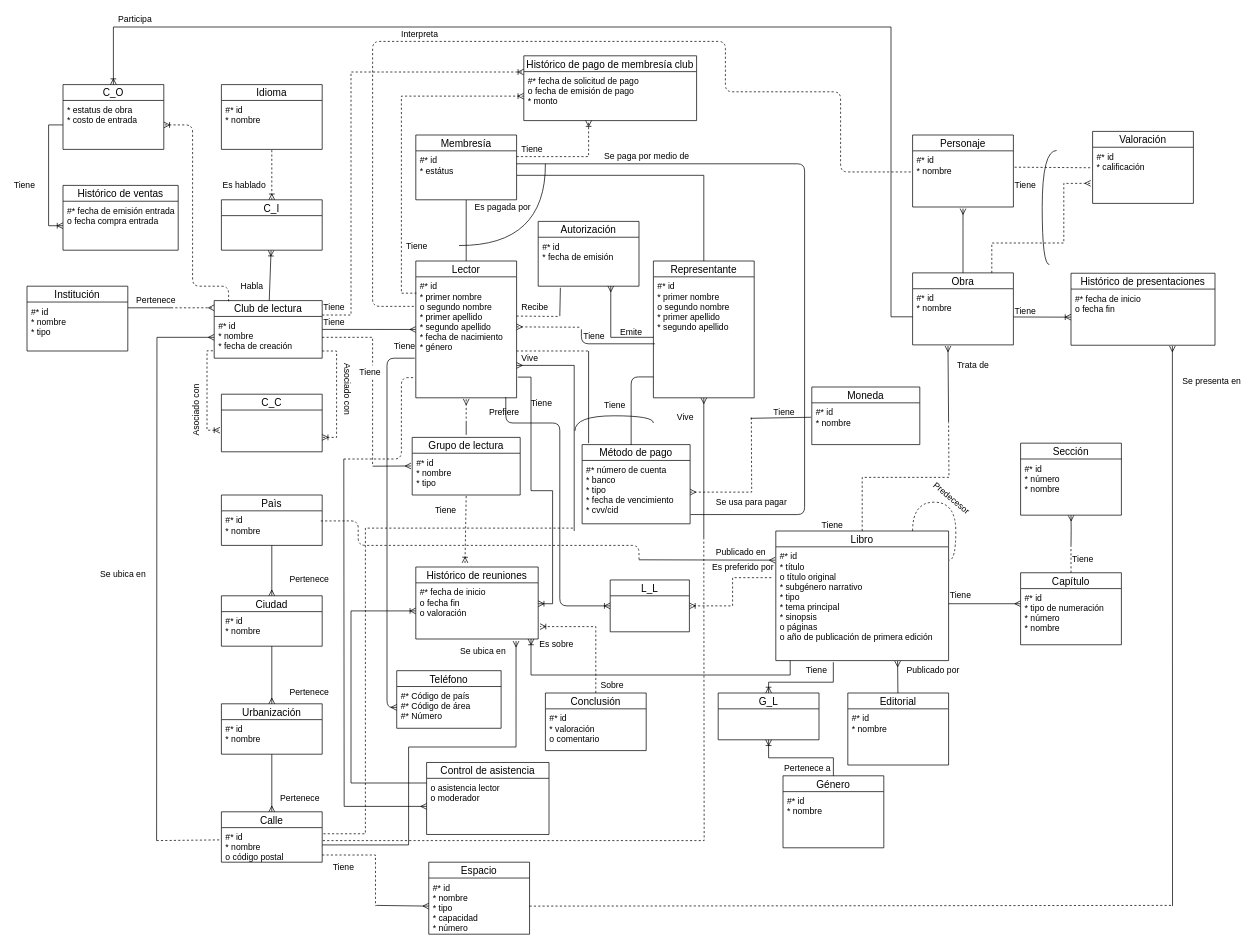
The draw.io diagram DB I/Hopefully this will be the last ER.drawio in NeutronBlast/IS-Ex, before the edit. Source tidied: cells renumbered, new cells numbered last; positions are measured from the earlier drawing's top-left corner, leaving out a move shared by most shapes. Both pictures are drawn from the tidied source at 72%, with x=0, y=0 at pixel (12, 12).
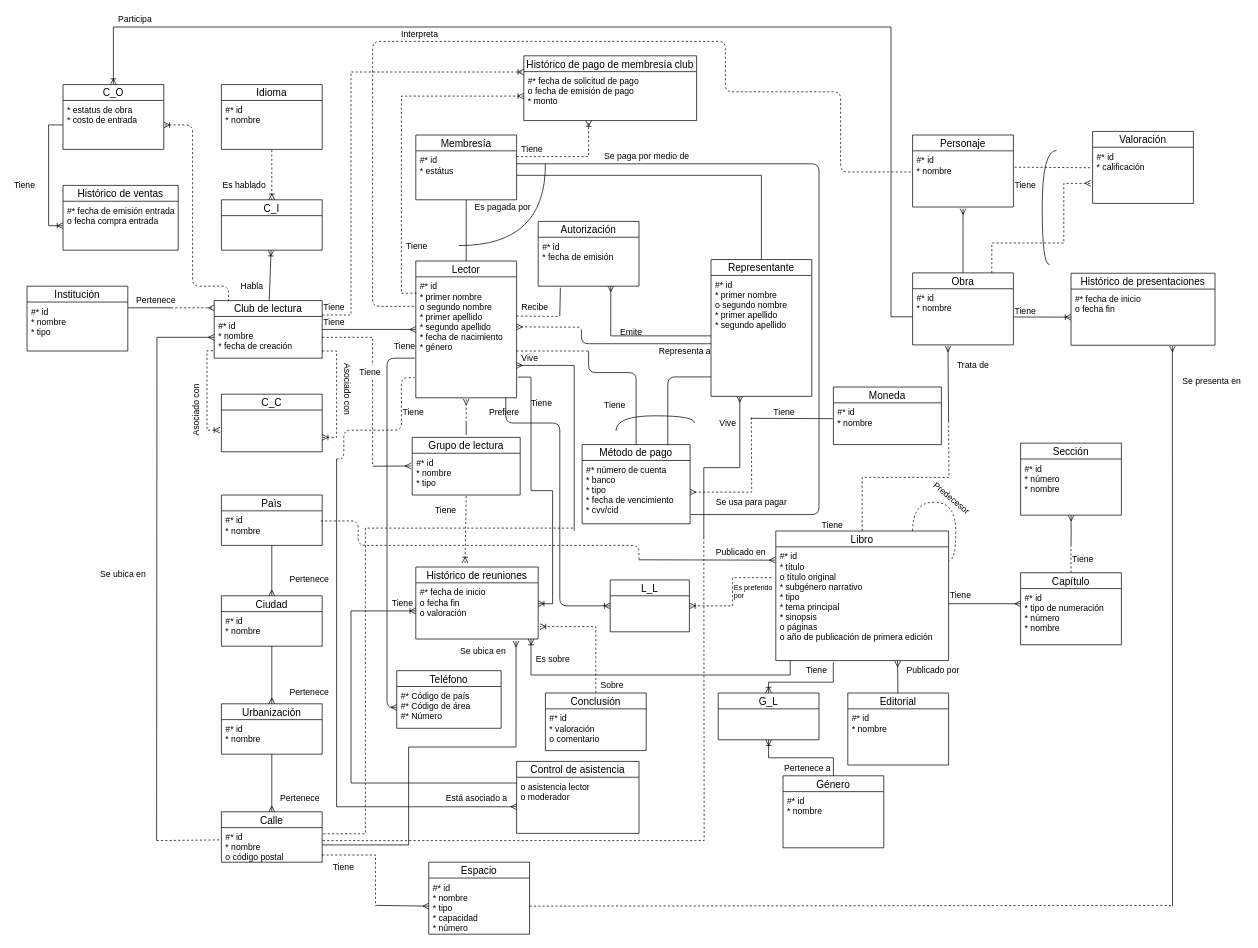
The same diagram, later.

Unchanged cells that the change refers to:
```xml
<mxCell id="41" value="#* id&#10;* primer nombre&#10;o segundo nombre&#10;* primer apellido&#10;* segundo apellido&#10;" style="text;strokeColor=none;fillColor=none;spacingLeft=4;spacingRight=4;overflow=hidden;points=[[0,0.5],[1,0.5]];portConstraint=eastwest;fontSize=12;" parent="40" vertex="1">
  <mxGeometry y="22" width="140" height="168" as="geometry" />
</mxCell>
<mxCell id="81" value="Método de pago" style="swimlane;fontStyle=0;horizontal=1;startSize=22;fillColor=none;swimlaneFillColor=#ffffff;align=center;fontSize=14;" parent="1" vertex="1">
  <mxGeometry x="791" y="600" width="150" height="110" as="geometry" />
</mxCell>
<mxCell id="83" value="#* número de cuenta&#10;* banco&#10;* tipo&#10;* fecha de vencimiento&#10;* cvv/cid&#10;" style="text;strokeColor=none;fillColor=none;spacingLeft=4;spacingRight=4;overflow=hidden;points=[[0,0.5],[1,0.5]];portConstraint=eastwest;fontSize=12;" parent="81" vertex="1">
  <mxGeometry y="22" width="150" height="88" as="geometry" />
</mxCell>
<mxCell id="146" value="#* id&#10;* nombre&#10;" style="text;strokeColor=none;fillColor=none;spacingLeft=4;spacingRight=4;overflow=hidden;points=[[0,0.5],[1,0.5]];portConstraint=eastwest;fontSize=12;" parent="145" vertex="1">
  <mxGeometry y="22" width="150" height="58" as="geometry" />
</mxCell>
<mxCell id="187" value="o asistencia lector&#10;o moderador&#10;" style="text;strokeColor=none;fillColor=none;spacingLeft=4;spacingRight=4;overflow=hidden;points=[[0,0.5],[1,0.5]];portConstraint=eastwest;fontSize=12;" parent="186" vertex="1">
  <mxGeometry y="22" width="170" height="78" as="geometry" />
</mxCell>
```

Diff of the diagram source:
```diff
@@
-    <mxCell id="38" style="edgeStyle=none;rounded=0;jettySize=auto;html=1;startArrow=ERmany;startFill=0;endArrow=none;endFill=0;strokeColor=#000000;" parent="1" edge="1" source="40">
+    <mxCell id="38" style="edgeStyle=orthogonalEdgeStyle;rounded=0;jettySize=auto;html=1;startArrow=ERmany;startFill=0;endArrow=none;endFill=0;strokeColor=#000000;" parent="1" edge="1" source="40">
       <mxGeometry relative="1" as="geometry">
         <mxPoint x="960" y="730" as="targetPoint" />
+        <Array as="points">
+          <mxPoint x="1010" y="632" />
+          <mxPoint x="960" y="632" />
+        </Array>
       </mxGeometry>
     </mxCell>
@@
     <mxCell id="40" value="Representante" style="swimlane;fontStyle=0;horizontal=1;startSize=22;fillColor=none;swimlaneFillColor=#ffffff;align=center;fontSize=14;" parent="1" vertex="1">
-      <mxGeometry x="890" y="345" width="140" height="190" as="geometry" />
+      <mxGeometry x="970" y="343" width="140" height="190" as="geometry" />
     </mxCell>
@@
     <mxCell id="59" value="Vive" style="text;html=1;align=left;verticalAlign=top;spacingTop=-4;" parent="1" vertex="1">
-      <mxGeometry x="921" y="553" width="40" height="20" as="geometry" />
+      <mxGeometry x="980" y="560" width="40" height="20" as="geometry" />
     </mxCell>
@@
-    <mxCell id="70" style="endArrow=none;html=1;strokeColor=#000000;edgeStyle=orthogonalEdgeStyle;" parent="1" edge="1">
+    <mxCell id="70" style="endArrow=none;html=1;strokeColor=#000000;edgeStyle=orthogonalEdgeStyle;entryX=0;entryY=0.565;entryDx=0;entryDy=0;entryPerimeter=0;" parent="1" edge="1" target="41">
       <mxGeometry relative="1" as="geometry">
         <mxPoint x="790" y="440" as="sourcePoint" />
-        <mxPoint x="892" y="460" as="targetPoint" />
         <Array as="points">
           <mxPoint x="790" y="460" />
-          <mxPoint x="892" y="460" />
         </Array>
       </mxGeometry>
     </mxCell>
-    <mxCell id="71" value="Tiene" style="text;html=1;align=left;verticalAlign=top;spacingTop=-4;" parent="1" vertex="1">
-      <mxGeometry x="791" y="440" width="40" height="20" as="geometry" />
+    <mxCell id="71" value="Representa a" style="text;html=1;align=left;verticalAlign=top;spacingTop=-4;" parent="1" vertex="1">
+      <mxGeometry x="896" y="460" width="90" height="20" as="geometry" />
     </mxCell>
@@
-    <mxCell id="82" style="endArrow=none;html=1;strokeColor=#000000;exitX=0.06;exitY=-0.018;exitDx=0;exitDy=0;exitPerimeter=0;" parent="81" edge="1" source="81">
+    <mxCell id="82" style="endArrow=none;html=1;strokeColor=#000000;edgeStyle=orthogonalEdgeStyle;" parent="81" edge="1" source="81">
       <mxGeometry relative="1" as="geometry">
         <mxPoint x="9" y="-130" as="targetPoint" />
+        <Array as="points">
+          <mxPoint x="75" y="-100" />
+          <mxPoint x="9" y="-100" />
+        </Array>
       </mxGeometry>
     </mxCell>
@@
+    <mxCell id="86" style="endArrow=none;html=1;strokeColor=#000000;edgeStyle=orthogonalEdgeStyle;curved=1;" parent="81" edge="1">
+      <mxGeometry relative="1" as="geometry">
+        <mxPoint x="47" y="-19" as="sourcePoint" />
+        <mxPoint x="156" y="-30" as="targetPoint" />
+        <Array as="points">
+          <mxPoint x="47" y="-40" />
+          <mxPoint x="156" y="-40" />
+        </Array>
+      </mxGeometry>
+    </mxCell>
@@
-    <mxCell id="85" style="endArrow=none;html=1;strokeColor=#000000;exitX=0.454;exitY=0.005;exitDx=0;exitDy=0;exitPerimeter=0;edgeStyle=orthogonalEdgeStyle;" parent="1" edge="1" source="81">
+    <mxCell id="85" style="endArrow=none;html=1;strokeColor=#000000;edgeStyle=orthogonalEdgeStyle;" parent="1" edge="1" target="41">
       <mxGeometry relative="1" as="geometry">
-        <mxPoint x="890" y="506" as="targetPoint" />
+        <mxPoint x="910" y="601" as="sourcePoint" />
         <Array as="points">
-          <mxPoint x="859" y="506" />
+          <mxPoint x="910" y="601" />
+          <mxPoint x="910" y="506" />
         </Array>
       </mxGeometry>
     </mxCell>
-    <mxCell id="86" style="endArrow=none;html=1;strokeColor=#000000;edgeStyle=orthogonalEdgeStyle;curved=1;" parent="1" edge="1">
-      <mxGeometry relative="1" as="geometry">
-        <mxPoint x="781" y="581" as="sourcePoint" />
-        <mxPoint x="890" y="570" as="targetPoint" />
-        <Array as="points">
-          <mxPoint x="781" y="560" />
-          <mxPoint x="890" y="560" />
-        </Array>
-      </mxGeometry>
-    </mxCell>
@@
     <mxCell id="88" style="endArrow=none;html=1;strokeColor=#000000;edgeStyle=orthogonalEdgeStyle;entryX=1.004;entryY=0.854;entryDx=0;entryDy=0;entryPerimeter=0;" parent="1" edge="1" target="83">
       <mxGeometry relative="1" as="geometry">
         <mxPoint x="700" y="210" as="sourcePoint" />
         <Array as="points">
-          <mxPoint x="700" y="210" />
-          <mxPoint x="1100" y="210" />
-          <mxPoint x="1100" y="697" />
+          <mxPoint x="1120" y="210" />
+          <mxPoint x="1120" y="697" />
         </Array>
       </mxGeometry>
     </mxCell>
@@
-    <mxCell id="109" value="Es preferido por" style="text;html=1;points=[];align=left;verticalAlign=top;spacingTop=-4;" parent="1" vertex="1">
-      <mxGeometry x="970" y="760" width="100" height="20" as="geometry" />
-    </mxCell>
@@
     <mxCell id="118" value="Es sobre" style="text;html=1;align=left;verticalAlign=top;spacingTop=-4;" parent="1" vertex="1">
-      <mxGeometry x="730" y="868" width="60" height="20" as="geometry" />
+      <mxGeometry x="725" y="888" width="60" height="20" as="geometry" />
     </mxCell>
@@
-    <mxCell id="130" style="endArrow=ERmany;html=1;strokeColor=#000000;entryX=0.892;entryY=0.025;entryDx=0;entryDy=0;entryPerimeter=0;endFill=0;" parent="1" edge="1" target="109">
+    <mxCell id="130" style="endArrow=ERmany;html=1;strokeColor=#000000;entryX=0.892;entryY=0.025;entryDx=0;entryDy=0;entryPerimeter=0;endFill=0;" parent="1" edge="1">
       <mxGeometry relative="1" as="geometry">
         <mxPoint x="870" y="760" as="sourcePoint" />
+        <mxPoint x="1059.2" y="760.5" as="targetPoint" />
       </mxGeometry>
     </mxCell>
@@
     <mxCell id="145" value="Moneda" style="swimlane;fontStyle=0;horizontal=1;startSize=22;fillColor=none;swimlaneFillColor=#ffffff;align=center;fontSize=14;" parent="1" vertex="1">
-      <mxGeometry x="1110" y="520" width="150" height="80" as="geometry" />
+      <mxGeometry x="1140" y="520" width="150" height="80" as="geometry" />
     </mxCell>
@@
-    <mxCell id="148" style="endArrow=none;html=1;strokeColor=#000000;" parent="1" edge="1">
+    <mxCell id="148" style="endArrow=none;html=1;strokeColor=#000000;entryX=-0.007;entryY=0.379;entryDx=0;entryDy=0;entryPerimeter=0;" parent="1" edge="1" target="146">
       <mxGeometry relative="1" as="geometry">
         <mxPoint x="1025" y="563.5" as="sourcePoint" />
-        <mxPoint x="1109" y="562" as="targetPoint" />
       </mxGeometry>
     </mxCell>
@@
     <mxCell id="186" value="Control de asistencia" style="swimlane;fontStyle=0;horizontal=1;startSize=22;fillColor=none;swimlaneFillColor=#ffffff;align=center;fontSize=14;" parent="1" vertex="1">
-      <mxGeometry x="575" y="1041.5" width="170" height="100" as="geometry" />
+      <mxGeometry x="700" y="1040" width="170" height="100" as="geometry" />
     </mxCell>
@@
     <mxCell id="189" style="endArrow=none;html=1;edgeStyle=orthogonalEdgeStyle;dashed=1;" parent="1" edge="1">
       <mxGeometry relative="1" as="geometry">
-        <mxPoint x="460" y="620" as="sourcePoint" />
+        <mxPoint x="450" y="620" as="sourcePoint" />
         <mxPoint x="558" y="507" as="targetPoint" />
         <Array as="points">
-          <mxPoint x="540" y="620" />
+          <mxPoint x="460" y="580" />
+          <mxPoint x="540" y="580" />
           <mxPoint x="540" y="507" />
         </Array>
       </mxGeometry>
     </mxCell>
     <mxCell id="190" style="edgeStyle=orthogonalEdgeStyle;rounded=0;jettySize=auto;html=1;endArrow=none;endFill=0;startArrow=ERmany;startFill=0;" parent="1" edge="1" source="187">
       <mxGeometry relative="1" as="geometry">
-        <mxPoint x="460" y="620" as="targetPoint" />
+        <mxPoint x="450" y="620" as="targetPoint" />
+        <Array as="points">
+          <mxPoint x="450" y="1103" />
+          <mxPoint x="450" y="620" />
+        </Array>
       </mxGeometry>
     </mxCell>
+    <mxCell id="191" value="Tiene" style="text;html=1;align=left;verticalAlign=top;spacingTop=-4;" parent="1" vertex="1">
+      <mxGeometry x="525" y="810" width="40" height="20" as="geometry" />
+    </mxCell>
+    <mxCell id="109" value="&lt;div style=&quot;font-size: 10px&quot;&gt;&lt;font style=&quot;font-size: 10px&quot;&gt;Es preferido&lt;/font&gt;&lt;/div&gt;&lt;div style=&quot;font-size: 10px&quot;&gt;&lt;font style=&quot;font-size: 10px&quot;&gt;por&lt;br&gt;&lt;/font&gt;&lt;/div&gt;" style="text;html=1;points=[];align=left;verticalAlign=top;spacingTop=-4;" parent="1" vertex="1">
+      <mxGeometry x="1000" y="790" width="70" height="30" as="geometry" />
+    </mxCell>
+    <mxCell id="192" value="Tiene" style="text;html=1;align=left;verticalAlign=top;spacingTop=-4;" parent="1" vertex="1">
+      <mxGeometry x="540" y="545" width="40" height="20" as="geometry" />
+    </mxCell>
+    <mxCell id="193" value="Está asociado a" style="text;html=1;align=left;verticalAlign=top;spacingTop=-4;" parent="1" vertex="1">
+      <mxGeometry x="600" y="1081.5" width="100" height="20" as="geometry" />
+    </mxCell>
```
